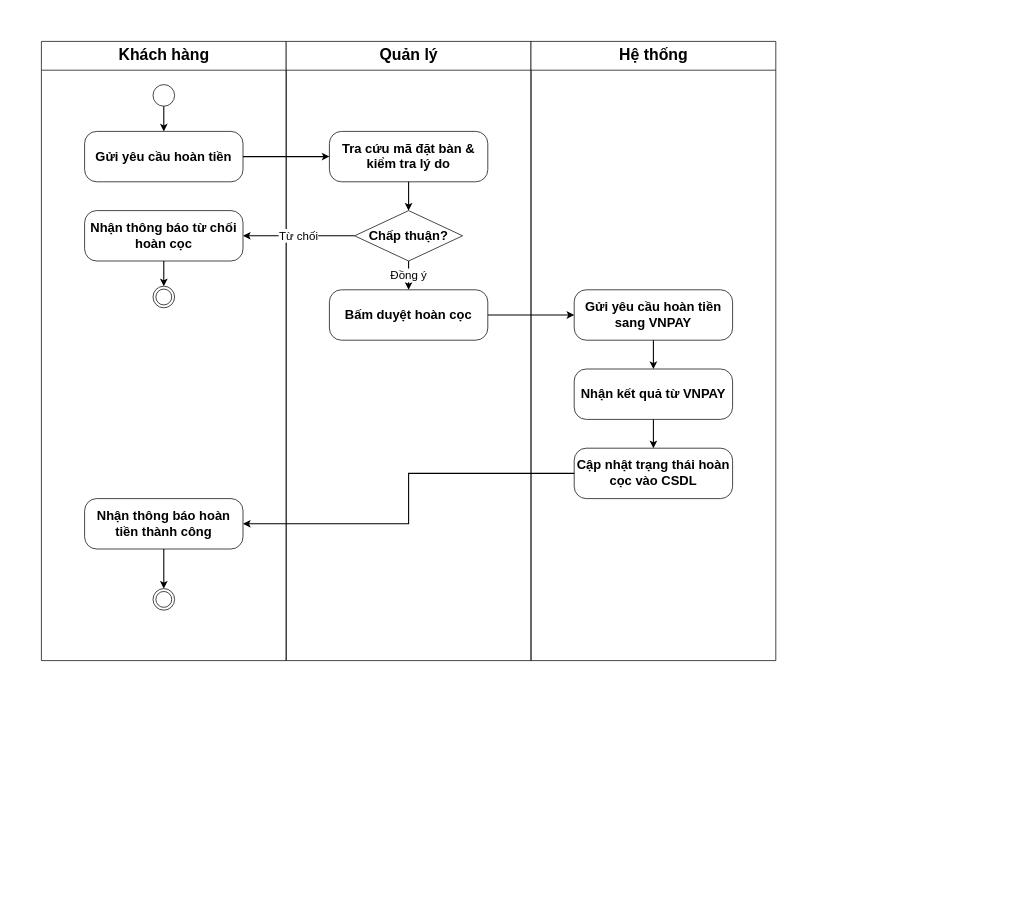
The draw.io diagram docs/phase1/drawio/ad09_manual_refund.drawio in AndrewQng/VinDining, before the edit. Source tidied: cells renumbered, new cells numbered last; positions are measured from the earlier drawing's top-left corner, leaving out a move shared by most shapes. Both pictures are drawn from the tidied source at 72%, with x=0, y=0 at pixel (41, 41).
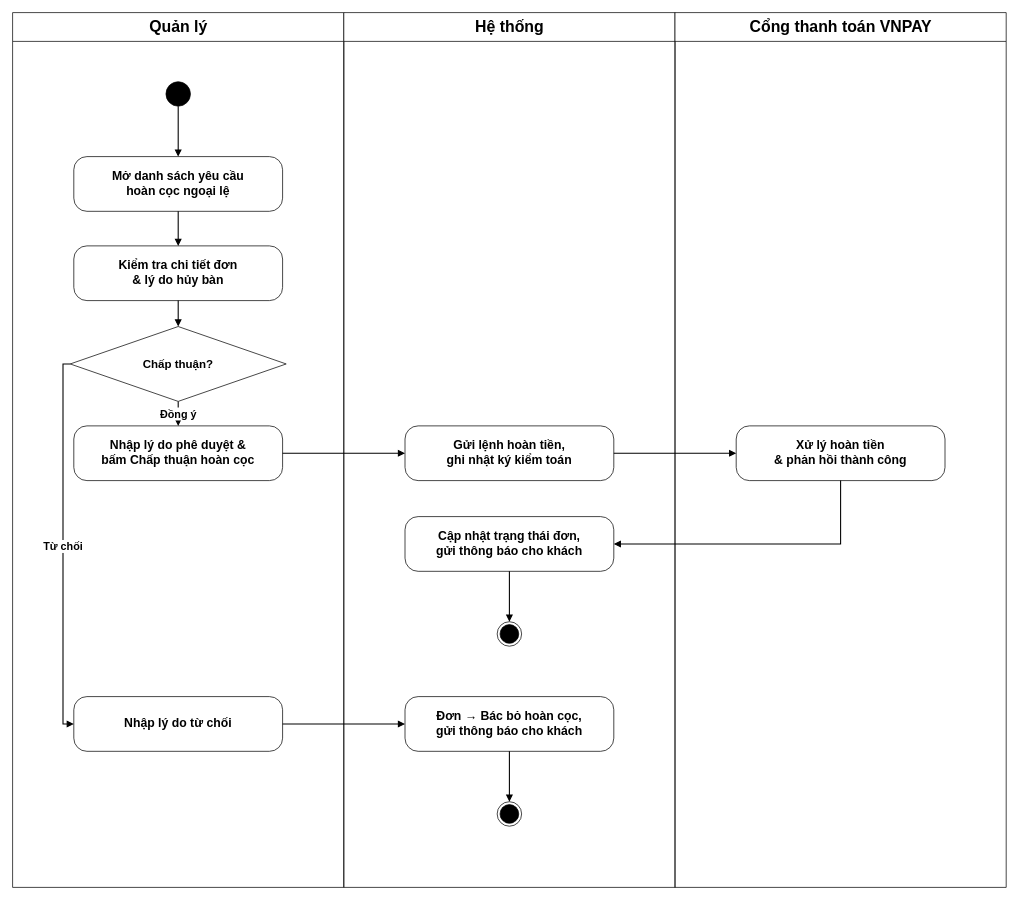
After the change.

Diff of the diagram source:
```diff
@@
+    <mxCell id="28" value="Quản lý" style="swimlane;html=1;startSize=40;horizontal=1;fontStyle=1;fontSize=22;align=center;verticalAlign=middle;swimlaneLine=1;" parent="1" vertex="1">
+      <mxGeometry x="-40" y="-40" width="460" height="1215" as="geometry" />
+    </mxCell>
-    <mxCell id="2" value="Khách hàng" style="swimlane;html=1;startSize=40;horizontal=1;fontStyle=1;fontSize=22;align=center;verticalAlign=middle;swimlaneLine=1;" parent="1" vertex="1">
-      <mxGeometry width="340" height="860" as="geometry" />
+    <mxCell id="2" value="Hệ thống" style="swimlane;html=1;startSize=40;horizontal=1;fontStyle=1;fontSize=22;align=center;verticalAlign=middle;swimlaneLine=1;" parent="1" vertex="1">
+      <mxGeometry x="420" y="-40" width="460" height="1215" as="geometry" />
     </mxCell>
-    <mxCell id="3" style="ellipse;whiteSpace=wrap;html=1;fontSize=18;" parent="2" vertex="1">
-      <mxGeometry x="155" y="60" width="30" height="30" as="geometry" />
-    </mxCell>
-    <mxCell id="4" value="Gửi yêu cầu hoàn tiền" style="rounded=1;arcSize=24;whiteSpace=wrap;html=1;fontStyle=1;fontSize=18;align=center;verticalAlign=middle;" parent="2" vertex="1">
-      <mxGeometry x="60" y="125" width="220" height="70" as="geometry" />
-    </mxCell>
-    <mxCell id="5" value="Nhận thông báo từ chối hoàn cọc" style="rounded=1;arcSize=24;whiteSpace=wrap;html=1;fontStyle=1;fontSize=18;align=center;verticalAlign=middle;" parent="2" vertex="1">
-      <mxGeometry x="60" y="235" width="220" height="70" as="geometry" />
-    </mxCell>
-    <mxCell id="6" style="ellipse;html=1;shape=endState;fontSize=18;" parent="2" vertex="1">
-      <mxGeometry x="155" y="340" width="30" height="30" as="geometry" />
-    </mxCell>
-    <mxCell id="7" value="Nhận thông báo hoàn tiền thành công" style="rounded=1;arcSize=24;whiteSpace=wrap;html=1;fontStyle=1;fontSize=18;align=center;verticalAlign=middle;" parent="2" vertex="1">
-      <mxGeometry x="60" y="635" width="220" height="70" as="geometry" />
-    </mxCell>
-    <mxCell id="8" style="ellipse;html=1;shape=endState;fontSize=18;" parent="2" vertex="1">
-      <mxGeometry x="155" y="760" width="30" height="30" as="geometry" />
-    </mxCell>
-    <mxCell id="9" style="edgeStyle=orthogonalEdgeStyle;rounded=0;strokeWidth=1.5;html=1;fontSize=16;" parent="2" edge="1" source="3" target="4">
-      <mxGeometry relative="1" as="geometry" />
-    </mxCell>
-    <mxCell id="10" style="edgeStyle=orthogonalEdgeStyle;rounded=0;strokeWidth=1.5;html=1;fontSize=16;" parent="2" edge="1" source="5" target="6">
-      <mxGeometry relative="1" as="geometry" />
-    </mxCell>
-    <mxCell id="11" style="edgeStyle=orthogonalEdgeStyle;rounded=0;strokeWidth=1.5;html=1;fontSize=16;" parent="2" edge="1" source="7" target="8">
-      <mxGeometry relative="1" as="geometry" />
-    </mxCell>
-    <mxCell id="12" value="Quản lý" style="swimlane;html=1;startSize=40;horizontal=1;fontStyle=1;fontSize=22;align=center;verticalAlign=middle;swimlaneLine=1;" parent="1" vertex="1">
-      <mxGeometry x="340" width="340" height="860" as="geometry" />
+    <mxCell id="12" value="Cổng thanh toán VNPAY" style="swimlane;html=1;startSize=40;horizontal=1;fontStyle=1;fontSize=22;align=center;verticalAlign=middle;swimlaneLine=1;" parent="1" vertex="1">
+      <mxGeometry x="880" y="-40" width="460" height="1215" as="geometry" />
     </mxCell>
-    <mxCell id="13" value="Tra cứu mã đặt bàn &amp;amp; kiểm tra lý do" style="rounded=1;arcSize=24;whiteSpace=wrap;html=1;fontStyle=1;fontSize=18;align=center;verticalAlign=middle;" parent="12" vertex="1">
-      <mxGeometry x="60" y="125" width="220" height="70" as="geometry" />
-    </mxCell>
+    <mxCell id="29" style="ellipse;whiteSpace=wrap;html=1;fillColor=#000000;strokeColor=#000000;" parent="1" vertex="1">
+      <mxGeometry x="173" y="56" width="34" height="34" as="geometry" />
+    </mxCell>
+    <mxCell id="30" value="Mở danh sách yêu cầu&lt;br&gt;hoàn cọc ngoại lệ" style="rounded=1;arcSize=24;whiteSpace=wrap;html=1;fontStyle=1;fontSize=17;align=center;verticalAlign=middle;" parent="1" vertex="1">
+      <mxGeometry x="45" y="160" width="290" height="76" as="geometry" />
+    </mxCell>
+    <mxCell id="31" value="Kiểm tra chi tiết đơn&lt;br&gt;&amp; lý do hủy bàn" style="rounded=1;arcSize=24;whiteSpace=wrap;html=1;fontStyle=1;fontSize=17;align=center;verticalAlign=middle;" parent="1" vertex="1">
+      <mxGeometry x="45" y="284" width="290" height="76" as="geometry" />
+    </mxCell>
-    <mxCell id="14" value="Chấp thuận?" style="rhombus;whiteSpace=wrap;html=1;fontStyle=1;fontSize=18;align=center;verticalAlign=middle;" parent="12" vertex="1">
-      <mxGeometry x="95" y="235" width="150" height="70" as="geometry" />
+    <mxCell id="14" value="Chấp thuận?" style="rhombus;whiteSpace=wrap;html=1;fontStyle=1;fontSize=16;align=center;verticalAlign=middle;" parent="1" vertex="1">
+      <mxGeometry x="40" y="396" width="300" height="104" as="geometry" />
     </mxCell>
-    <mxCell id="15" value="Bấm duyệt hoàn cọc" style="rounded=1;arcSize=24;whiteSpace=wrap;html=1;fontStyle=1;fontSize=18;align=center;verticalAlign=middle;" parent="12" vertex="1">
-      <mxGeometry x="60" y="345" width="220" height="70" as="geometry" />
-    </mxCell>
-    <mxCell id="16" style="edgeStyle=orthogonalEdgeStyle;rounded=0;strokeWidth=1.5;html=1;fontSize=16;" parent="12" edge="1" source="13" target="14">
-      <mxGeometry relative="1" as="geometry" />
-    </mxCell>
+    <mxCell id="32" value="Nhập lý do phê duyệt &amp;&lt;br&gt;bấm Chấp thuận hoàn cọc" style="rounded=1;arcSize=24;whiteSpace=wrap;html=1;fontStyle=1;fontSize=17;align=center;verticalAlign=middle;" parent="1" vertex="1">
+      <mxGeometry x="45" y="534" width="290" height="76" as="geometry" />
+    </mxCell>
+    <mxCell id="33" value="Gửi lệnh hoàn tiền,&lt;br&gt;ghi nhật ký kiểm toán" style="rounded=1;arcSize=24;whiteSpace=wrap;html=1;fontStyle=1;fontSize=17;align=center;verticalAlign=middle;" parent="1" vertex="1">
+      <mxGeometry x="505" y="534" width="290" height="76" as="geometry" />
+    </mxCell>
+    <mxCell id="34" value="Xử lý hoàn tiền&lt;br&gt;&amp; phản hồi thành công" style="rounded=1;arcSize=24;whiteSpace=wrap;html=1;fontStyle=1;fontSize=17;align=center;verticalAlign=middle;" parent="1" vertex="1">
+      <mxGeometry x="965" y="534" width="290" height="76" as="geometry" />
+    </mxCell>
+    <mxCell id="35" value="Cập nhật trạng thái đơn,&lt;br&gt;gửi thông báo cho khách" style="rounded=1;arcSize=24;whiteSpace=wrap;html=1;fontStyle=1;fontSize=17;align=center;verticalAlign=middle;" parent="1" vertex="1">
+      <mxGeometry x="505" y="660" width="290" height="76" as="geometry" />
+    </mxCell>
+    <mxCell id="36" style="ellipse;html=1;shape=endState;fillColor=#000000;strokeColor=#000000;" parent="1" vertex="1">
+      <mxGeometry x="633" y="806" width="34" height="34" as="geometry" />
+    </mxCell>
+    <mxCell id="37" value="Nhập lý do từ chối" style="rounded=1;arcSize=24;whiteSpace=wrap;html=1;fontStyle=1;fontSize=17;align=center;verticalAlign=middle;" parent="1" vertex="1">
+      <mxGeometry x="45" y="910" width="290" height="76" as="geometry" />
+    </mxCell>
+    <mxCell id="38" value="Đơn → Bác bỏ hoàn cọc,&lt;br&gt;gửi thông báo cho khách" style="rounded=1;arcSize=24;whiteSpace=wrap;html=1;fontStyle=1;fontSize=17;align=center;verticalAlign=middle;" parent="1" vertex="1">
+      <mxGeometry x="505" y="910" width="290" height="76" as="geometry" />
+    </mxCell>
+    <mxCell id="39" style="ellipse;html=1;shape=endState;fillColor=#000000;strokeColor=#000000;" parent="1" vertex="1">
+      <mxGeometry x="633" y="1056" width="34" height="34" as="geometry" />
+    </mxCell>
+    <mxCell id="40" style="edgeStyle=orthogonalEdgeStyle;rounded=0;strokeWidth=1.5;html=1;fontSize=15;fontStyle=1;exitX=0.5;exitY=1;exitDx=0;exitDy=0;entryX=0.5;entryY=0;entryDx=0;entryDy=0;endArrow=block;endFill=1;" parent="1" edge="1" source="29" target="30">
+      <mxGeometry relative="1" as="geometry" />
+    </mxCell>
+    <mxCell id="41" style="edgeStyle=orthogonalEdgeStyle;rounded=0;strokeWidth=1.5;html=1;fontSize=15;fontStyle=1;exitX=0.5;exitY=1;exitDx=0;exitDy=0;entryX=0.5;entryY=0;entryDx=0;entryDy=0;endArrow=block;endFill=1;" parent="1" edge="1" source="30" target="31">
+      <mxGeometry relative="1" as="geometry" />
+    </mxCell>
+    <mxCell id="42" style="edgeStyle=orthogonalEdgeStyle;rounded=0;strokeWidth=1.5;html=1;fontSize=15;fontStyle=1;exitX=0.5;exitY=1;exitDx=0;exitDy=0;entryX=0.5;entryY=0;entryDx=0;entryDy=0;endArrow=block;endFill=1;" parent="1" edge="1" source="31" target="14">
+      <mxGeometry relative="1" as="geometry" />
+    </mxCell>
-    <mxCell id="17" value="Đồng ý" style="edgeStyle=orthogonalEdgeStyle;rounded=0;strokeWidth=1.5;html=1;fontSize=16;labelBackgroundColor=#ffffff;" parent="12" edge="1" source="14" target="15">
+    <mxCell id="17" value="Đồng ý" style="edgeStyle=orthogonalEdgeStyle;rounded=0;strokeWidth=1.5;html=1;fontSize=15;fontStyle=1;exitX=0.5;exitY=1;exitDx=0;exitDy=0;entryX=0.5;entryY=0;entryDx=0;entryDy=0;endArrow=block;endFill=1;" parent="1" edge="1" source="14" target="32">
       <mxGeometry relative="1" as="geometry" />
     </mxCell>
-    <mxCell id="18" value="Hệ thống" style="swimlane;html=1;startSize=40;horizontal=1;fontStyle=1;fontSize=22;align=center;verticalAlign=middle;swimlaneLine=1;" parent="1" vertex="1">
-      <mxGeometry x="680" width="340" height="860" as="geometry" />
-    </mxCell>
-    <mxCell id="19" value="Gửi yêu cầu hoàn tiền sang VNPAY" style="rounded=1;arcSize=24;whiteSpace=wrap;html=1;fontStyle=1;fontSize=18;align=center;verticalAlign=middle;" parent="18" vertex="1">
-      <mxGeometry x="60" y="345" width="220" height="70" as="geometry" />
-    </mxCell>
-    <mxCell id="20" value="Nhận kết quả từ VNPAY" style="rounded=1;arcSize=24;whiteSpace=wrap;html=1;fontStyle=1;fontSize=18;align=center;verticalAlign=middle;" parent="18" vertex="1">
-      <mxGeometry x="60" y="455" width="220" height="70" as="geometry" />
-    </mxCell>
-    <mxCell id="21" value="Cập nhật trạng thái hoàn cọc vào CSDL" style="rounded=1;arcSize=24;whiteSpace=wrap;html=1;fontStyle=1;fontSize=18;align=center;verticalAlign=middle;" parent="18" vertex="1">
-      <mxGeometry x="60" y="565" width="220" height="70" as="geometry" />
-    </mxCell>
-    <mxCell id="22" style="edgeStyle=orthogonalEdgeStyle;rounded=0;strokeWidth=1.5;html=1;fontSize=16;" parent="18" edge="1" source="19" target="20">
-      <mxGeometry relative="1" as="geometry" />
-    </mxCell>
-    <mxCell id="23" style="edgeStyle=orthogonalEdgeStyle;rounded=0;strokeWidth=1.5;html=1;fontSize=16;" parent="18" edge="1" source="20" target="21">
-      <mxGeometry relative="1" as="geometry" />
-    </mxCell>
-    <mxCell id="24" style="edgeStyle=orthogonalEdgeStyle;rounded=0;strokeWidth=1.5;html=1;fontSize=16;" parent="1" edge="1" source="4" target="13">
-      <mxGeometry relative="1" as="geometry" />
-    </mxCell>
+    <mxCell id="43" style="edgeStyle=orthogonalEdgeStyle;rounded=0;strokeWidth=1.5;html=1;fontSize=15;fontStyle=1;exitX=1;exitY=0.5;exitDx=0;exitDy=0;entryX=0;entryY=0.5;entryDx=0;entryDy=0;endArrow=block;endFill=1;" parent="1" edge="1" source="32" target="33">
+      <mxGeometry relative="1" as="geometry" />
+    </mxCell>
+    <mxCell id="44" style="edgeStyle=orthogonalEdgeStyle;rounded=0;strokeWidth=1.5;html=1;fontSize=15;fontStyle=1;exitX=1;exitY=0.5;exitDx=0;exitDy=0;entryX=0;entryY=0.5;entryDx=0;entryDy=0;endArrow=block;endFill=1;" parent="1" edge="1" source="33" target="34">
+      <mxGeometry relative="1" as="geometry" />
+    </mxCell>
+    <mxCell id="45" style="edgeStyle=orthogonalEdgeStyle;rounded=0;strokeWidth=1.5;html=1;fontSize=15;fontStyle=1;exitX=0.5;exitY=1;exitDx=0;exitDy=0;entryX=1;entryY=0.5;entryDx=0;entryDy=0;endArrow=block;endFill=1;" parent="1" edge="1" source="34" target="35">
+      <mxGeometry relative="1" as="geometry" />
+    </mxCell>
+    <mxCell id="46" style="edgeStyle=orthogonalEdgeStyle;rounded=0;strokeWidth=1.5;html=1;fontSize=15;fontStyle=1;exitX=0.5;exitY=1;exitDx=0;exitDy=0;entryX=0.5;entryY=0;entryDx=0;entryDy=0;endArrow=block;endFill=1;" parent="1" edge="1" source="35" target="36">
+      <mxGeometry relative="1" as="geometry" />
+    </mxCell>
-    <mxCell id="25" value="Từ chối" style="edgeStyle=orthogonalEdgeStyle;rounded=0;strokeWidth=1.5;html=1;fontSize=16;labelBackgroundColor=#ffffff;" parent="1" edge="1" source="14" target="5">
+    <mxCell id="25" value="Từ chối" style="edgeStyle=orthogonalEdgeStyle;rounded=0;strokeWidth=1.5;html=1;fontSize=15;fontStyle=1;exitX=0;exitY=0.5;exitDx=0;exitDy=0;entryX=0;entryY=0.5;entryDx=0;entryDy=0;endArrow=block;endFill=1;" parent="1" edge="1" source="14" target="37">
       <mxGeometry relative="1" as="geometry" />
     </mxCell>
-    <mxCell id="26" style="edgeStyle=orthogonalEdgeStyle;rounded=0;strokeWidth=1.5;html=1;fontSize=16;" parent="1" edge="1" source="15" target="19">
-      <mxGeometry relative="1" as="geometry" />
-    </mxCell>
-    <mxCell id="27" style="edgeStyle=orthogonalEdgeStyle;rounded=0;strokeWidth=1.5;html=1;fontSize=16;" parent="1" edge="1" source="21" target="7">
-      <mxGeometry relative="1" as="geometry" />
-    </mxCell>
+    <mxCell id="47" style="edgeStyle=orthogonalEdgeStyle;rounded=0;strokeWidth=1.5;html=1;fontSize=15;fontStyle=1;exitX=1;exitY=0.5;exitDx=0;exitDy=0;entryX=0;entryY=0.5;entryDx=0;entryDy=0;endArrow=block;endFill=1;" parent="1" edge="1" source="37" target="38">
+      <mxGeometry relative="1" as="geometry" />
+    </mxCell>
+    <mxCell id="48" style="edgeStyle=orthogonalEdgeStyle;rounded=0;strokeWidth=1.5;html=1;fontSize=15;fontStyle=1;exitX=0.5;exitY=1;exitDx=0;exitDy=0;entryX=0.5;entryY=0;entryDx=0;entryDy=0;endArrow=block;endFill=1;" parent="1" edge="1" source="38" target="39">
+      <mxGeometry relative="1" as="geometry" />
+    </mxCell>
```
